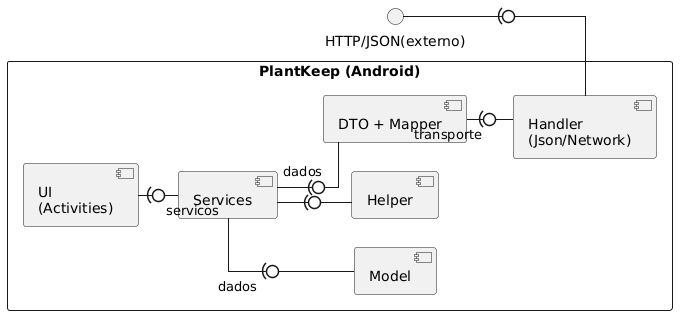
compaqle/DSSMV_ProjectDroid_1251486_1251506 keeps this PlantUML diagram as .docs/diagramas/design/logical_architecture.png. Above is the earlier version.
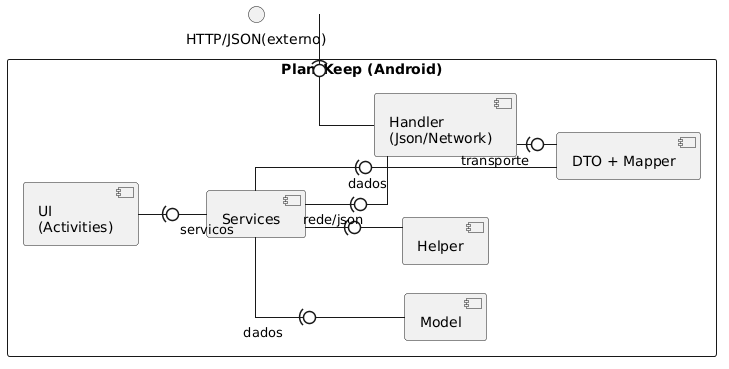
Later version of the same file.

Diff of the diagram source:
```diff
@@ -18,7 +18,9 @@
     Services -(0- Model : dados
     Services -(0- DTO : dados
     Services -(0- Helper
-    DTO -(0- Handler : transporte
+    Services -(0- Handler : rede/json
+    Handler -(0- DTO : transporte
+
 }
 
 interface "HTTP/JSON(externo)" as ExtHTTP
```
